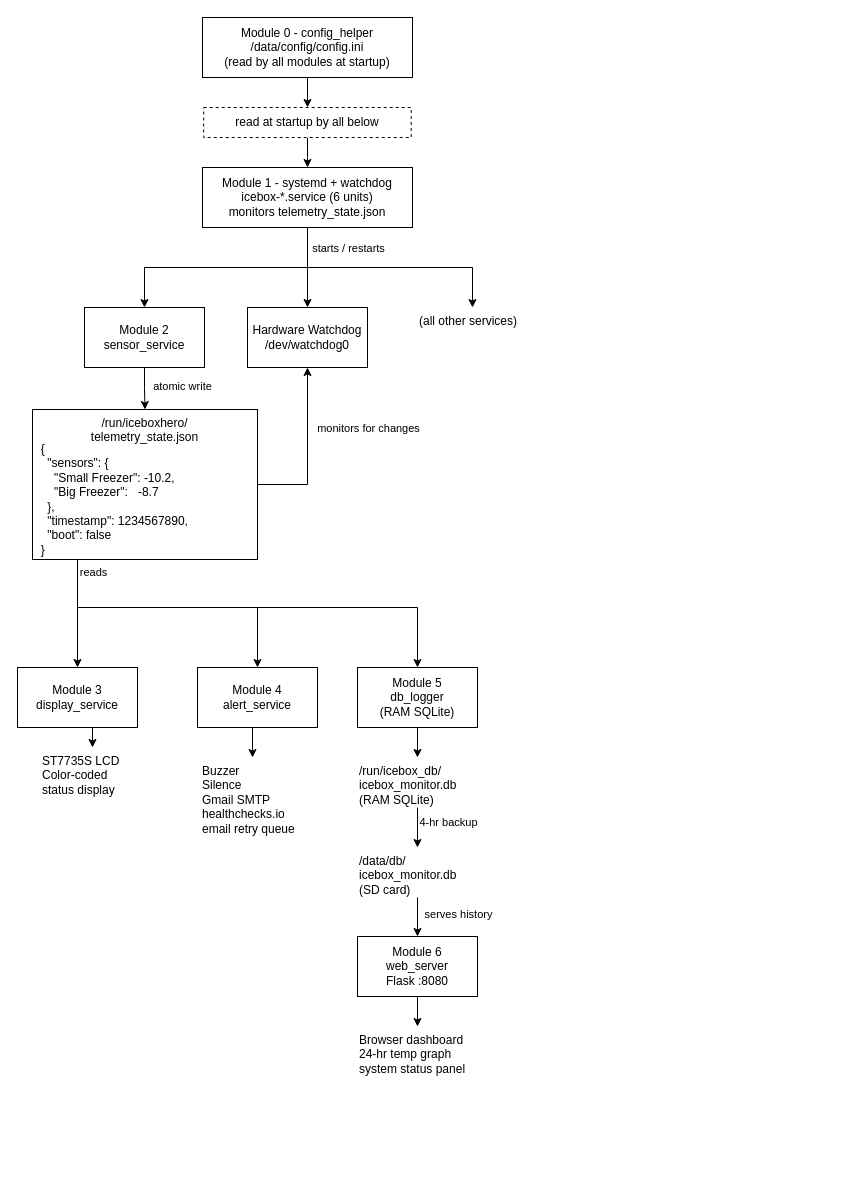
crakerjac/IceboxHero keeps this draw.io diagram as page "Full" (2 of 2) of docs/architecture.drawio. Above is the earlier version. Source tidied: cells renumbered, new cells numbered last; positions are measured from the earlier drawing's top-left corner, leaving out a move shared by most shapes. Both pictures are drawn from the tidied source at 100%, with x=0, y=0 at pixel (17, 17).
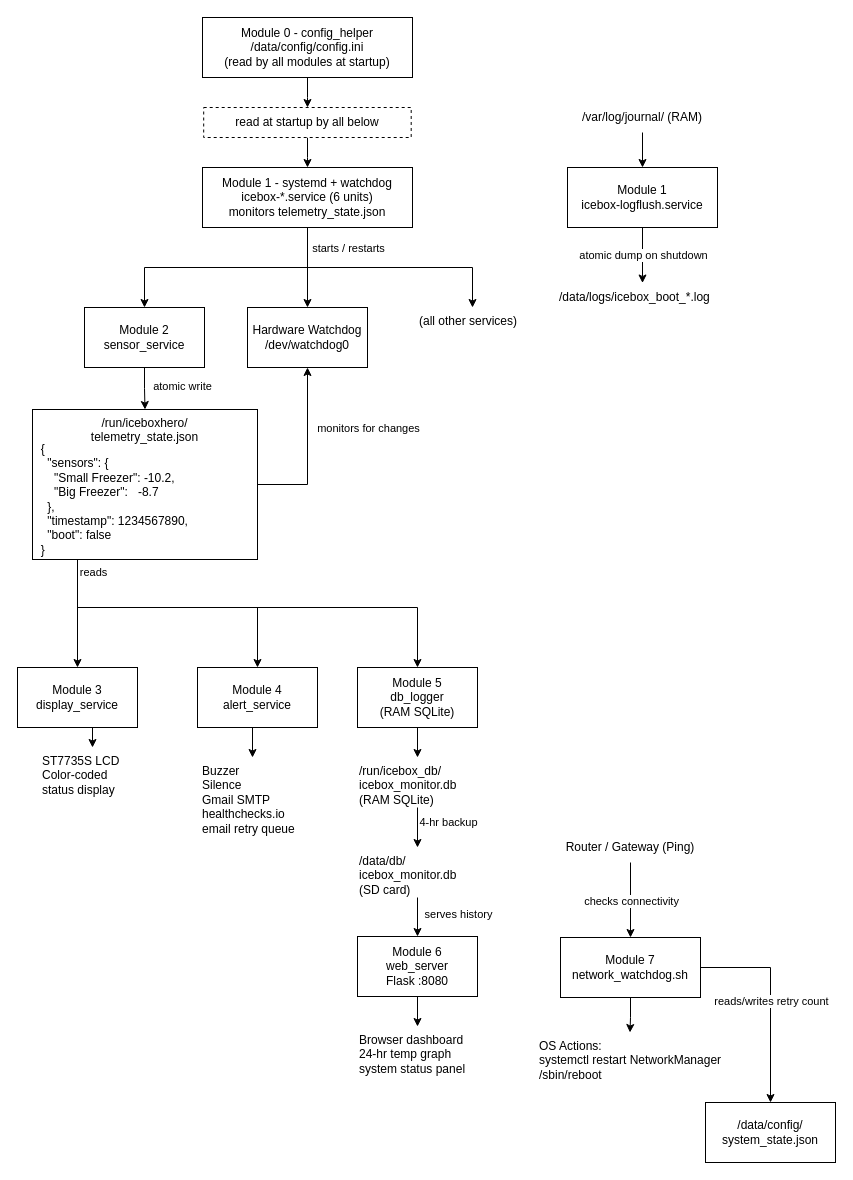
The same diagram, later.

Diff of the diagram source:
```diff
@@
+    <mxCell id="41" value="Module 1&lt;br&gt;icebox-logflush.service" style="rounded=0;whiteSpace=wrap;html=1;" parent="1" vertex="1">
+      <mxGeometry x="550" y="150" width="150" height="60" as="geometry" />
+    </mxCell>
+    <mxCell id="42" value="/var/log/journal/ (RAM)" style="text;html=1;whiteSpace=wrap;strokeColor=none;fillColor=none;align=center;verticalAlign=middle;rounded=0;" parent="1" vertex="1">
+      <mxGeometry x="550" y="85" width="150" height="30" as="geometry" />
+    </mxCell>
+    <mxCell id="43" value="/data/logs/icebox_boot_*.log" style="text;html=1;whiteSpace=wrap;strokeColor=none;fillColor=none;align=left;verticalAlign=top;rounded=0;" parent="1" vertex="1">
+      <mxGeometry x="540" y="265.5" width="170" height="40" as="geometry" />
+    </mxCell>
+    <mxCell id="44" style="edgeStyle=orthogonalEdgeStyle;rounded=0;jettySize=auto;html=1;" parent="1" edge="1" source="42" target="41">
+      <mxGeometry relative="1" as="geometry" />
+    </mxCell>
+    <mxCell id="45" style="edgeStyle=orthogonalEdgeStyle;rounded=0;jettySize=auto;html=1;" parent="1" edge="1" source="41" target="43">
+      <mxGeometry relative="1" as="geometry" />
+    </mxCell>
+    <mxCell id="46" value="atomic dump on shutdown" style="edgeLabel;html=1;align=center;verticalAlign=middle;" parent="45" vertex="1">
+      <mxGeometry x="-0.2" relative="1" as="geometry">
+        <mxPoint y="5" as="offset" />
+      </mxGeometry>
+    </mxCell>
+    <mxCell id="47" value="Module 7&lt;br&gt;network_watchdog.sh" style="rounded=0;whiteSpace=wrap;html=1;" parent="1" vertex="1">
+      <mxGeometry x="543" y="920" width="140" height="60" as="geometry" />
+    </mxCell>
+    <mxCell id="48" value="/data/config/&lt;br&gt;system_state.json" style="rounded=0;whiteSpace=wrap;html=1;" parent="1" vertex="1">
+      <mxGeometry x="688" y="1085" width="130" height="60" as="geometry" />
+    </mxCell>
+    <mxCell id="49" value="Router / Gateway (Ping)" style="text;html=1;whiteSpace=wrap;strokeColor=none;fillColor=none;align=center;verticalAlign=middle;rounded=0;" parent="1" vertex="1">
+      <mxGeometry x="538" y="815" width="150" height="30" as="geometry" />
+    </mxCell>
+    <mxCell id="50" value="OS Actions:&lt;br&gt;systemctl restart NetworkManager&lt;br&gt;/sbin/reboot" style="text;html=1;whiteSpace=wrap;strokeColor=none;fillColor=none;align=left;verticalAlign=top;rounded=0;" parent="1" vertex="1">
+      <mxGeometry x="520" y="1015" width="185" height="60" as="geometry" />
+    </mxCell>
+    <mxCell id="51" style="edgeStyle=orthogonalEdgeStyle;rounded=0;jettySize=auto;html=1;" parent="1" edge="1" source="49" target="47">
+      <mxGeometry relative="1" as="geometry" />
+    </mxCell>
+    <mxCell id="52" value="checks connectivity" style="edgeLabel;html=1;align=center;verticalAlign=middle;" parent="51" vertex="1">
+      <mxGeometry relative="1" as="geometry" />
+    </mxCell>
+    <mxCell id="53" style="edgeStyle=orthogonalEdgeStyle;rounded=0;jettySize=auto;html=1;" parent="1" edge="1" source="47" target="48">
+      <mxGeometry relative="1" as="geometry" />
+    </mxCell>
+    <mxCell id="54" value="reads/writes retry count" style="edgeLabel;html=1;align=center;verticalAlign=middle;" parent="53" vertex="1">
+      <mxGeometry relative="1" as="geometry" />
+    </mxCell>
+    <mxCell id="55" style="edgeStyle=orthogonalEdgeStyle;rounded=0;jettySize=auto;html=1;" parent="1" edge="1" source="47" target="50">
+      <mxGeometry relative="1" as="geometry" />
+    </mxCell>
```
